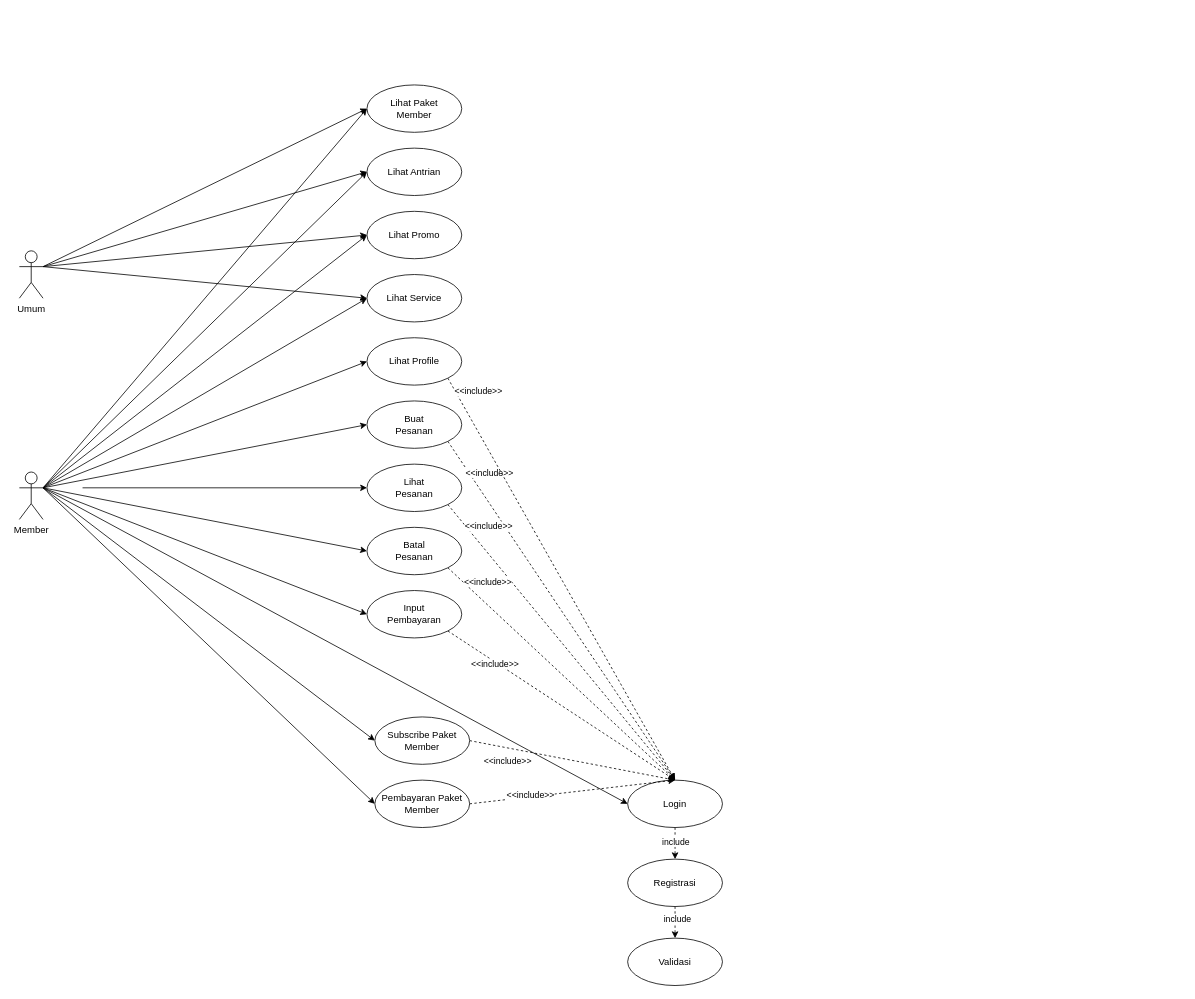
Above: Untitled Diagram.drawio in GSNugroho/latihan-nestjs (draw.io), before the change. Source tidied: cells renumbered, new cells numbered last; positions are measured from the earlier drawing's top-left corner, leaving out a move shared by most shapes. Both pictures are drawn from the tidied source at 79%, with x=0, y=0 at pixel (19, 85).
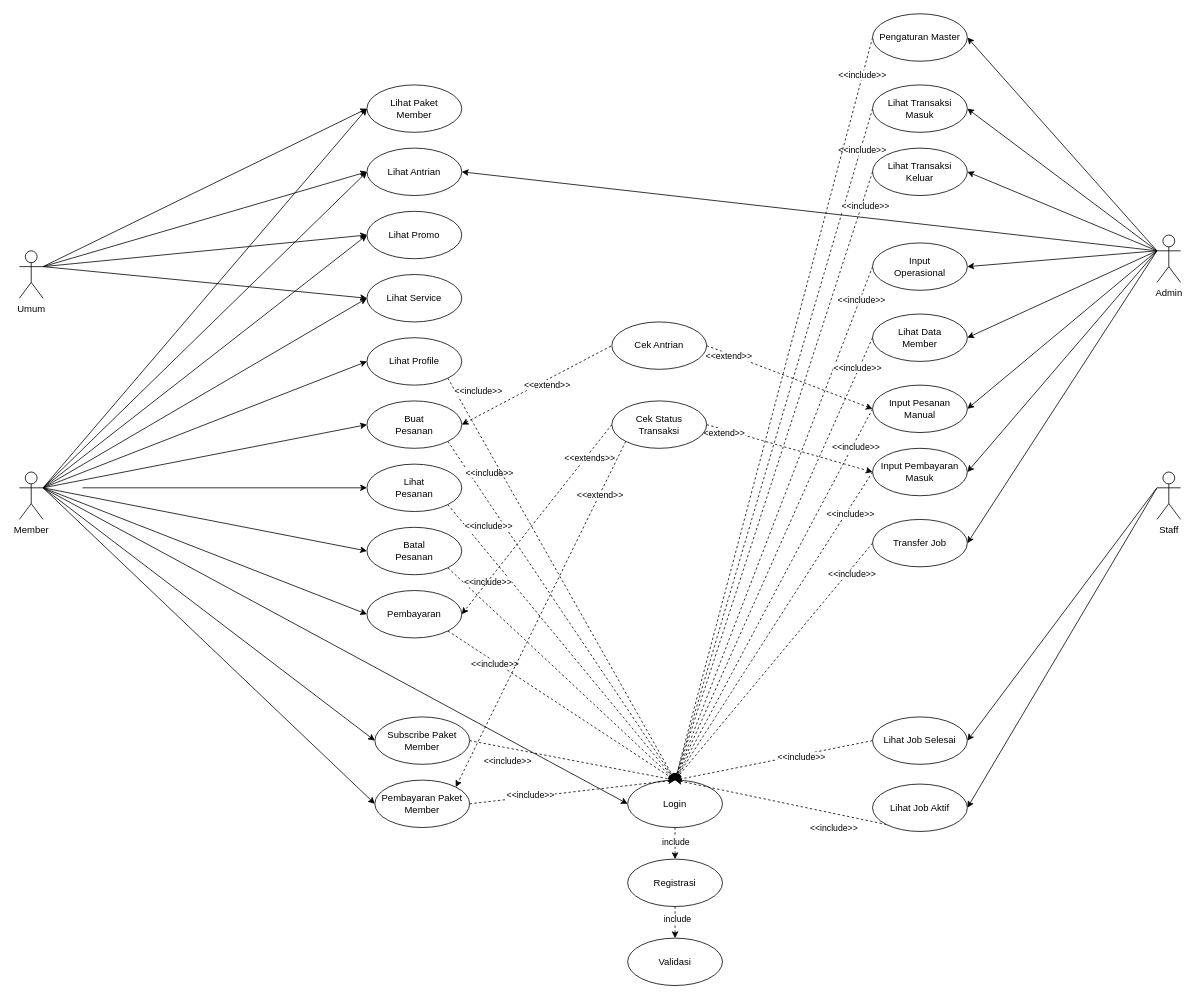
After the change.

The change refers to these unchanged cells:
```xml
<mxCell id="16" value="Login" style="ellipse;whiteSpace=wrap;html=1;" parent="1" vertex="1">
  <mxGeometry x="770" y="880" width="120" height="60" as="geometry" />
</mxCell>
<mxCell id="23" value="&lt;div&gt;Buat&lt;/div&gt;&lt;div&gt;Pesanan&lt;br&gt;&lt;/div&gt;" style="ellipse;whiteSpace=wrap;html=1;" parent="1" vertex="1">
  <mxGeometry x="440" y="400" width="120" height="60" as="geometry" />
</mxCell>
<mxCell id="44" value="Lihat Antrian" style="ellipse;whiteSpace=wrap;html=1;" parent="1" vertex="1">
  <mxGeometry x="440" y="80" width="120" height="60" as="geometry" />
</mxCell>
<mxCell id="51" value="&lt;div&gt;Pembayaran Paket&lt;/div&gt;&lt;div&gt;Member&lt;/div&gt;" style="ellipse;whiteSpace=wrap;html=1;" parent="1" vertex="1">
  <mxGeometry x="450" y="880" width="120" height="60" as="geometry" />
</mxCell>
```

What changed in the source:
```diff
@@
+    <mxCell id="52" style="rounded=0;jettySize=auto;html=1;exitX=1;exitY=0.5;exitDx=0;exitDy=0;entryX=0;entryY=0.5;entryDx=0;entryDy=0;dashed=1;endArrow=none;endFill=0;startArrow=classic;startFill=1;" parent="1" edge="1" source="23" target="99">
+      <mxGeometry relative="1" as="geometry" />
+    </mxCell>
+    <mxCell id="53" value="&amp;lt;&amp;lt;extend&amp;gt;&amp;gt;" style="edgeLabel;html=1;align=center;verticalAlign=middle;" parent="52" vertex="1">
+      <mxGeometry x="0.11" y="-5" relative="1" as="geometry" />
+    </mxCell>
@@
-    <mxCell id="35" value="&lt;div&gt;Input&lt;/div&gt;&lt;div&gt;Pembayaran&lt;br&gt;&lt;/div&gt;" style="ellipse;whiteSpace=wrap;html=1;" parent="1" vertex="1">
+    <mxCell id="35" value="&lt;div&gt;Pembayaran&lt;br&gt;&lt;/div&gt;" style="ellipse;whiteSpace=wrap;html=1;" parent="1" vertex="1">
       <mxGeometry x="440" y="640" width="120" height="60" as="geometry" />
     </mxCell>
@@
+    <mxCell id="54" style="rounded=0;jettySize=auto;html=1;exitX=0;exitY=0.3333333333333333;exitDx=0;exitDy=0;exitPerimeter=0;entryX=1;entryY=0.5;entryDx=0;entryDy=0;" parent="1" edge="1" source="56" target="59">
+      <mxGeometry relative="1" as="geometry" />
+    </mxCell>
+    <mxCell id="55" style="rounded=0;jettySize=auto;html=1;exitX=0;exitY=0.3333333333333333;exitDx=0;exitDy=0;exitPerimeter=0;entryX=1;entryY=0.5;entryDx=0;entryDy=0;" parent="1" edge="1" source="56" target="84">
+      <mxGeometry relative="1" as="geometry" />
+    </mxCell>
+    <mxCell id="56" value="&lt;div&gt;Staff&lt;/div&gt;" style="shape=umlActor;verticalLabelPosition=bottom;verticalAlign=top;html=1;outlineConnect=0;" parent="1" vertex="1">
+      <mxGeometry x="1440" y="490" width="30" height="60" as="geometry" />
+    </mxCell>
+    <mxCell id="57" style="rounded=0;jettySize=auto;html=1;exitX=0;exitY=1;exitDx=0;exitDy=0;entryX=0.5;entryY=0;entryDx=0;entryDy=0;dashed=1;" parent="1" edge="1" source="59" target="16">
+      <mxGeometry relative="1" as="geometry" />
+    </mxCell>
+    <mxCell id="58" value="&amp;lt;&amp;lt;include&amp;gt;&amp;gt;" style="edgeLabel;html=1;align=center;verticalAlign=middle;" parent="57" vertex="1">
+      <mxGeometry x="-0.89" y="3" relative="1" as="geometry">
+        <mxPoint x="-52" y="4" as="offset" />
+      </mxGeometry>
+    </mxCell>
+    <mxCell id="59" value="Lihat Job Aktif" style="ellipse;whiteSpace=wrap;html=1;" parent="1" vertex="1">
+      <mxGeometry x="1080" y="885" width="120" height="60" as="geometry" />
+    </mxCell>
+    <mxCell id="60" style="rounded=0;jettySize=auto;html=1;exitX=0;exitY=0.3333333333333333;exitDx=0;exitDy=0;exitPerimeter=0;entryX=1;entryY=0.5;entryDx=0;entryDy=0;" parent="1" edge="1" source="69" target="72">
+      <mxGeometry relative="1" as="geometry" />
+    </mxCell>
+    <mxCell id="61" style="rounded=0;jettySize=auto;html=1;exitX=0;exitY=0.3333333333333333;exitDx=0;exitDy=0;exitPerimeter=0;entryX=1;entryY=0.5;entryDx=0;entryDy=0;" parent="1" edge="1" source="69" target="75">
+      <mxGeometry relative="1" as="geometry" />
+    </mxCell>
+    <mxCell id="62" style="rounded=0;jettySize=auto;html=1;exitX=0;exitY=0.3333333333333333;exitDx=0;exitDy=0;exitPerimeter=0;entryX=1;entryY=0.5;entryDx=0;entryDy=0;" parent="1" edge="1" source="69" target="78">
+      <mxGeometry relative="1" as="geometry" />
+    </mxCell>
+    <mxCell id="63" style="rounded=0;jettySize=auto;html=1;exitX=0;exitY=0.3333333333333333;exitDx=0;exitDy=0;exitPerimeter=0;entryX=1;entryY=0.5;entryDx=0;entryDy=0;" parent="1" edge="1" source="69" target="81">
+      <mxGeometry relative="1" as="geometry" />
+    </mxCell>
+    <mxCell id="64" style="rounded=0;jettySize=auto;html=1;exitX=0;exitY=0.3333333333333333;exitDx=0;exitDy=0;exitPerimeter=0;entryX=1;entryY=0.5;entryDx=0;entryDy=0;" parent="1" edge="1" source="69" target="44">
+      <mxGeometry relative="1" as="geometry" />
+    </mxCell>
+    <mxCell id="65" style="rounded=0;jettySize=auto;html=1;exitX=0;exitY=0.3333333333333333;exitDx=0;exitDy=0;exitPerimeter=0;entryX=1;entryY=0.5;entryDx=0;entryDy=0;" parent="1" edge="1" source="69" target="87">
+      <mxGeometry relative="1" as="geometry" />
+    </mxCell>
+    <mxCell id="66" style="rounded=0;jettySize=auto;html=1;exitX=0;exitY=0.3333333333333333;exitDx=0;exitDy=0;exitPerimeter=0;entryX=1;entryY=0.5;entryDx=0;entryDy=0;" parent="1" edge="1" source="69" target="90">
+      <mxGeometry relative="1" as="geometry" />
+    </mxCell>
+    <mxCell id="67" style="rounded=0;jettySize=auto;html=1;exitX=0;exitY=0.3333333333333333;exitDx=0;exitDy=0;exitPerimeter=0;entryX=1;entryY=0.5;entryDx=0;entryDy=0;" parent="1" edge="1" source="69" target="93">
+      <mxGeometry relative="1" as="geometry" />
+    </mxCell>
+    <mxCell id="68" style="rounded=0;jettySize=auto;html=1;exitX=0;exitY=0.3333333333333333;exitDx=0;exitDy=0;exitPerimeter=0;entryX=1;entryY=0.5;entryDx=0;entryDy=0;" parent="1" edge="1" source="69" target="96">
+      <mxGeometry relative="1" as="geometry" />
+    </mxCell>
+    <mxCell id="69" value="&lt;div&gt;Admin&lt;/div&gt;&lt;div&gt;&lt;br&gt;&lt;/div&gt;" style="shape=umlActor;verticalLabelPosition=bottom;verticalAlign=top;html=1;outlineConnect=0;" parent="1" vertex="1">
+      <mxGeometry x="1440" y="190" width="30" height="60" as="geometry" />
+    </mxCell>
+    <mxCell id="70" style="rounded=0;jettySize=auto;html=1;exitX=0;exitY=0.5;exitDx=0;exitDy=0;entryX=0.5;entryY=0;entryDx=0;entryDy=0;dashed=1;" parent="1" edge="1" source="72" target="16">
+      <mxGeometry relative="1" as="geometry" />
+    </mxCell>
+    <mxCell id="71" value="&amp;lt;&amp;lt;include&amp;gt;&amp;gt;" style="edgeLabel;html=1;align=center;verticalAlign=middle;" parent="70" vertex="1">
+      <mxGeometry x="-0.88" y="1" relative="1" as="geometry">
+        <mxPoint y="1" as="offset" />
+      </mxGeometry>
+    </mxCell>
+    <mxCell id="72" value="&lt;div&gt;Lihat Transaksi&lt;/div&gt;&lt;div&gt;Masuk&lt;br&gt;&lt;/div&gt;" style="ellipse;whiteSpace=wrap;html=1;" parent="1" vertex="1">
+      <mxGeometry x="1080" width="120" height="60" as="geometry" />
+    </mxCell>
+    <mxCell id="73" style="rounded=0;jettySize=auto;html=1;exitX=0;exitY=0.5;exitDx=0;exitDy=0;entryX=0.5;entryY=0;entryDx=0;entryDy=0;dashed=1;" parent="1" edge="1" source="75" target="16">
+      <mxGeometry relative="1" as="geometry" />
+    </mxCell>
+    <mxCell id="74" value="&amp;lt;&amp;lt;include&amp;gt;&amp;gt;" style="edgeLabel;html=1;align=center;verticalAlign=middle;" parent="73" vertex="1">
+      <mxGeometry x="-0.89" y="5" relative="1" as="geometry">
+        <mxPoint y="-1" as="offset" />
+      </mxGeometry>
+    </mxCell>
+    <mxCell id="75" value="&lt;div&gt;Lihat Transaksi&lt;/div&gt;&lt;div&gt;Keluar&lt;br&gt;&lt;/div&gt;" style="ellipse;whiteSpace=wrap;html=1;" parent="1" vertex="1">
+      <mxGeometry x="1080" y="80" width="120" height="60" as="geometry" />
+    </mxCell>
+    <mxCell id="76" style="rounded=0;jettySize=auto;html=1;exitX=0;exitY=0.5;exitDx=0;exitDy=0;entryX=0.5;entryY=0;entryDx=0;entryDy=0;dashed=1;" parent="1" edge="1" source="78" target="16">
+      <mxGeometry relative="1" as="geometry" />
+    </mxCell>
+    <mxCell id="77" value="&amp;lt;&amp;lt;include&amp;gt;&amp;gt;" style="edgeLabel;html=1;align=center;verticalAlign=middle;" parent="76" vertex="1">
+      <mxGeometry x="-0.87" y="2" relative="1" as="geometry">
+        <mxPoint y="-1" as="offset" />
+      </mxGeometry>
+    </mxCell>
+    <mxCell id="78" value="&lt;div&gt;Input&lt;/div&gt;&lt;div&gt;Operasional&lt;br&gt;&lt;/div&gt;" style="ellipse;whiteSpace=wrap;html=1;" parent="1" vertex="1">
+      <mxGeometry x="1080" y="200" width="120" height="60" as="geometry" />
+    </mxCell>
+    <mxCell id="79" style="rounded=0;jettySize=auto;html=1;exitX=0;exitY=0.5;exitDx=0;exitDy=0;entryX=0.5;entryY=0;entryDx=0;entryDy=0;dashed=1;" parent="1" edge="1" source="81" target="16">
+      <mxGeometry relative="1" as="geometry" />
+    </mxCell>
+    <mxCell id="80" value="&amp;lt;&amp;lt;include&amp;gt;&amp;gt;" style="edgeLabel;html=1;align=center;verticalAlign=middle;" parent="79" vertex="1">
+      <mxGeometry x="-0.86" y="-2" relative="1" as="geometry">
+        <mxPoint y="-1" as="offset" />
+      </mxGeometry>
+    </mxCell>
+    <mxCell id="81" value="&lt;div&gt;Lihat Data&lt;/div&gt;&lt;div&gt;Member&lt;br&gt;&lt;/div&gt;" style="ellipse;whiteSpace=wrap;html=1;" parent="1" vertex="1">
+      <mxGeometry x="1080" y="290" width="120" height="60" as="geometry" />
+    </mxCell>
+    <mxCell id="82" style="rounded=0;jettySize=auto;html=1;exitX=0;exitY=0.5;exitDx=0;exitDy=0;entryX=0.5;entryY=0;entryDx=0;entryDy=0;dashed=1;" parent="1" edge="1" source="84" target="16">
+      <mxGeometry relative="1" as="geometry" />
+    </mxCell>
+    <mxCell id="83" value="&amp;lt;&amp;lt;include&amp;gt;&amp;gt;" style="edgeLabel;html=1;align=center;verticalAlign=middle;" parent="82" vertex="1">
+      <mxGeometry x="-0.27" y="2" relative="1" as="geometry" />
+    </mxCell>
+    <mxCell id="84" value="Lihat Job Selesai" style="ellipse;whiteSpace=wrap;html=1;" parent="1" vertex="1">
+      <mxGeometry x="1080" y="800" width="120" height="60" as="geometry" />
+    </mxCell>
+    <mxCell id="85" style="rounded=0;jettySize=auto;html=1;exitX=0;exitY=0.5;exitDx=0;exitDy=0;entryX=0.5;entryY=0;entryDx=0;entryDy=0;dashed=1;" parent="1" edge="1" source="87" target="16">
+      <mxGeometry relative="1" as="geometry" />
+    </mxCell>
+    <mxCell id="86" value="&amp;lt;&amp;lt;include&amp;gt;&amp;gt;" style="edgeLabel;html=1;align=center;verticalAlign=middle;" parent="85" vertex="1">
+      <mxGeometry x="-0.8" y="4" relative="1" as="geometry" />
+    </mxCell>
+    <mxCell id="87" value="&lt;div&gt;Input Pesanan &lt;br&gt;&lt;/div&gt;&lt;div&gt;Manual&lt;br&gt;&lt;/div&gt;" style="ellipse;whiteSpace=wrap;html=1;" parent="1" vertex="1">
+      <mxGeometry x="1080" y="380" width="120" height="60" as="geometry" />
+    </mxCell>
+    <mxCell id="88" style="rounded=0;jettySize=auto;html=1;exitX=0;exitY=0.5;exitDx=0;exitDy=0;entryX=0.5;entryY=0;entryDx=0;entryDy=0;dashed=1;" parent="1" edge="1" source="90" target="16">
+      <mxGeometry relative="1" as="geometry" />
+    </mxCell>
+    <mxCell id="89" value="&amp;lt;&amp;lt;include&amp;gt;&amp;gt;" style="edgeLabel;html=1;align=center;verticalAlign=middle;" parent="88" vertex="1">
+      <mxGeometry x="-0.74" y="5" relative="1" as="geometry">
+        <mxPoint y="-1" as="offset" />
+      </mxGeometry>
+    </mxCell>
+    <mxCell id="90" value="&lt;div&gt;Input Pembayaran&lt;br&gt;&lt;/div&gt;&lt;div&gt;Masuk&lt;br&gt;&lt;/div&gt;" style="ellipse;whiteSpace=wrap;html=1;" parent="1" vertex="1">
+      <mxGeometry x="1080" y="460" width="120" height="60" as="geometry" />
+    </mxCell>
+    <mxCell id="91" style="rounded=0;jettySize=auto;html=1;exitX=0;exitY=0.5;exitDx=0;exitDy=0;entryX=0.5;entryY=0;entryDx=0;entryDy=0;dashed=1;" parent="1" edge="1" source="93" target="16">
+      <mxGeometry relative="1" as="geometry" />
+    </mxCell>
+    <mxCell id="92" value="&amp;lt;&amp;lt;include&amp;gt;&amp;gt;" style="edgeLabel;html=1;align=center;verticalAlign=middle;" parent="91" vertex="1">
+      <mxGeometry x="-0.76" y="5" relative="1" as="geometry" />
+    </mxCell>
+    <mxCell id="93" value="Transfer Job" style="ellipse;whiteSpace=wrap;html=1;" parent="1" vertex="1">
+      <mxGeometry x="1080" y="550" width="120" height="60" as="geometry" />
+    </mxCell>
+    <mxCell id="94" style="rounded=0;jettySize=auto;html=1;exitX=0;exitY=0.5;exitDx=0;exitDy=0;entryX=0.5;entryY=0;entryDx=0;entryDy=0;dashed=1;" parent="1" edge="1" source="96" target="16">
+      <mxGeometry relative="1" as="geometry" />
+    </mxCell>
+    <mxCell id="95" value="&amp;lt;&amp;lt;include&amp;gt;&amp;gt;" style="edgeLabel;html=1;align=center;verticalAlign=middle;" parent="94" vertex="1">
+      <mxGeometry x="-0.9" y="-1" relative="1" as="geometry" />
+    </mxCell>
+    <mxCell id="96" value="Pengaturan Master" style="ellipse;whiteSpace=wrap;html=1;" parent="1" vertex="1">
+      <mxGeometry x="1080" y="-90" width="120" height="60" as="geometry" />
+    </mxCell>
+    <mxCell id="97" style="rounded=0;jettySize=auto;html=1;exitX=1;exitY=0.5;exitDx=0;exitDy=0;entryX=0;entryY=0.5;entryDx=0;entryDy=0;dashed=1;" parent="1" edge="1" source="99" target="87">
+      <mxGeometry relative="1" as="geometry" />
+    </mxCell>
+    <mxCell id="98" value="&amp;lt;&amp;lt;extend&amp;gt;&amp;gt;" style="edgeLabel;html=1;align=center;verticalAlign=middle;" parent="97" vertex="1">
+      <mxGeometry x="-0.72" y="-3" relative="1" as="geometry" />
+    </mxCell>
+    <mxCell id="99" value="Cek Antrian" style="ellipse;whiteSpace=wrap;html=1;" parent="1" vertex="1">
+      <mxGeometry x="750" y="300" width="120" height="60" as="geometry" />
+    </mxCell>
+    <mxCell id="100" style="rounded=0;jettySize=auto;html=1;exitX=0;exitY=0.5;exitDx=0;exitDy=0;entryX=1;entryY=0.5;entryDx=0;entryDy=0;dashed=1;" parent="1" edge="1" source="106" target="35">
+      <mxGeometry relative="1" as="geometry" />
+    </mxCell>
+    <mxCell id="101" value="&amp;lt;&amp;lt;extends&amp;gt;&amp;gt;" style="edgeLabel;html=1;align=center;verticalAlign=middle;" parent="100" vertex="1">
+      <mxGeometry x="-0.67" y="4" relative="1" as="geometry" />
+    </mxCell>
+    <mxCell id="102" style="rounded=0;jettySize=auto;html=1;exitX=1;exitY=0.5;exitDx=0;exitDy=0;entryX=0;entryY=0.5;entryDx=0;entryDy=0;dashed=1;" parent="1" edge="1" source="106" target="90">
+      <mxGeometry relative="1" as="geometry" />
+    </mxCell>
+    <mxCell id="103" value="&amp;lt;&amp;lt;extend&amp;gt;&amp;gt;" style="edgeLabel;html=1;align=center;verticalAlign=middle;" parent="102" vertex="1">
+      <mxGeometry x="-0.81" y="-5" relative="1" as="geometry" />
+    </mxCell>
+    <mxCell id="104" style="rounded=0;jettySize=auto;html=1;exitX=0;exitY=1;exitDx=0;exitDy=0;entryX=1;entryY=0;entryDx=0;entryDy=0;dashed=1;" parent="1" edge="1" source="106" target="51">
+      <mxGeometry relative="1" as="geometry" />
+    </mxCell>
+    <mxCell id="105" value="&amp;lt;&amp;lt;extend&amp;gt;&amp;gt;" style="edgeLabel;html=1;align=center;verticalAlign=middle;" parent="104" vertex="1">
+      <mxGeometry x="-0.69" relative="1" as="geometry" />
+    </mxCell>
+    <mxCell id="106" value="&lt;div&gt;Cek Status &lt;br&gt;&lt;/div&gt;&lt;div&gt;Transaksi&lt;br&gt;&lt;/div&gt;" style="ellipse;whiteSpace=wrap;html=1;" parent="1" vertex="1">
+      <mxGeometry x="750" y="400" width="120" height="60" as="geometry" />
+    </mxCell>
```
